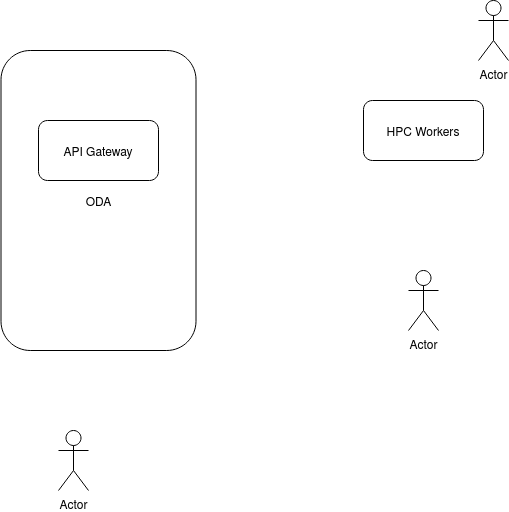
Before: Diagram.png, a diagram exported from draw.io (cdcihub/oda-runners). Source tidied: cells renumbered, new cells last; positions are measured from the earlier drawing's top-left corner, leaving out a move shared by most shapes.
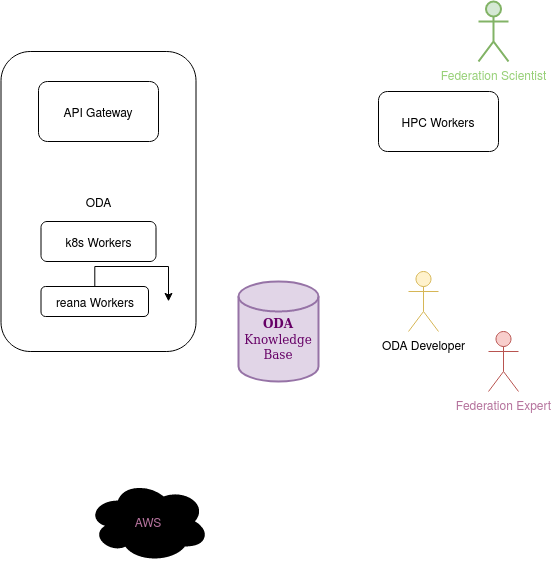
The same diagram one commit later.

Change to the diagram source:
```diff
@@ -6,19 +6,34 @@
       <mxGeometry x="0.5" y="50" width="195" height="300" as="geometry" />
     </mxCell>
     <mxCell id="3" value="API Gateway" style="rounded=1;whiteSpace=wrap;html=1;" parent="1" vertex="1">
-      <mxGeometry x="38" y="120" width="120" height="60" as="geometry" />
+      <mxGeometry x="38" y="80" width="120" height="60" as="geometry" />
     </mxCell>
     <mxCell id="4" value="HPC Workers" style="rounded=1;whiteSpace=wrap;html=1;" parent="1" vertex="1">
-      <mxGeometry x="363" y="100" width="120" height="60" as="geometry" />
+      <mxGeometry x="378" y="90" width="120" height="60" as="geometry" />
     </mxCell>
-    <mxCell id="5" value="Actor" style="shape=umlActor;verticalLabelPosition=bottom;verticalAlign=top;html=1;" parent="1" vertex="1">
+    <mxCell id="5" value="&lt;font color=&quot;#97D077&quot;&gt;Federation Scientist&lt;/font&gt;" style="shape=umlActor;verticalLabelPosition=bottom;verticalAlign=top;html=1;fillColor=#d5e8d4;strokeColor=#82b366;strokeWidth=2;" parent="1" vertex="1">
       <mxGeometry x="478" width="30" height="60" as="geometry" />
     </mxCell>
-    <mxCell id="6" value="Actor" style="shape=umlActor;verticalLabelPosition=bottom;verticalAlign=top;html=1;" parent="1" vertex="1">
+    <mxCell id="6" value="ODA Developer" style="shape=umlActor;verticalLabelPosition=bottom;verticalAlign=top;html=1;shadow=0;sketch=0;fillColor=#fff2cc;strokeColor=#d6b656;" parent="1" vertex="1">
       <mxGeometry x="408" y="270" width="30" height="60" as="geometry" />
     </mxCell>
-    <mxCell id="7" value="Actor" style="shape=umlActor;verticalLabelPosition=bottom;verticalAlign=top;html=1;" parent="1" vertex="1">
-      <mxGeometry x="58" y="430" width="30" height="60" as="geometry" />
+    <mxCell id="7" value="&lt;div&gt;Federation Expert&lt;/div&gt;" style="shape=umlActor;verticalLabelPosition=bottom;verticalAlign=top;html=1;fillColor=#f8cecc;strokeColor=#b85450;fontColor=#B5739D;" parent="1" vertex="1">
+      <mxGeometry x="488" y="330" width="30" height="60" as="geometry" />
     </mxCell>
+    <mxCell id="8" value="k8s Workers" style="rounded=1;whiteSpace=wrap;html=1;" parent="1" vertex="1">
+      <mxGeometry x="40.5" y="220" width="115" height="40" as="geometry" />
+    </mxCell>
+    <mxCell id="9" style="edgeStyle=orthogonalEdgeStyle;rounded=0;jettySize=auto;html=1;entryX=0.859;entryY=0.833;entryDx=0;entryDy=0;entryPerimeter=0;" parent="1" edge="1" source="10" target="2">
+      <mxGeometry relative="1" as="geometry" />
+    </mxCell>
+    <mxCell id="10" value="reana Workers" style="rounded=1;whiteSpace=wrap;html=1;" parent="1" vertex="1">
+      <mxGeometry x="40.5" y="285" width="107.5" height="30" as="geometry" />
+    </mxCell>
+    <mxCell id="11" value="&lt;div&gt;&lt;font face=&quot;Lucida Console&quot; color=&quot;#660066&quot;&gt;&lt;br&gt;&lt;/font&gt;&lt;/div&gt;&lt;div&gt;&lt;b&gt;&lt;font face=&quot;Lucida Console&quot; color=&quot;#660066&quot;&gt;ODA&lt;/font&gt;&lt;/b&gt;&lt;/div&gt;&lt;div&gt;&lt;font face=&quot;Lucida Console&quot; color=&quot;#660066&quot;&gt;Knowledge &lt;br&gt;&lt;/font&gt;&lt;/div&gt;&lt;div&gt;&lt;font face=&quot;Lucida Console&quot; color=&quot;#660066&quot;&gt;Base&lt;br&gt;&lt;/font&gt;&lt;/div&gt;" style="shape=cylinder2;whiteSpace=wrap;html=1;boundedLbl=1;backgroundOutline=1;size=15;shadow=0;sketch=0;strokeColor=#9673a6;strokeWidth=2;fillColor=#e1d5e7;" parent="1" vertex="1">
+      <mxGeometry x="238" y="280" width="80" height="100" as="geometry" />
+    </mxCell>
+    <mxCell id="12" value="AWS" style="ellipse;shape=cloud;whiteSpace=wrap;html=1;shadow=0;sketch=0;strokeColor=#000000;strokeWidth=2;fillColor=#000000;gradientColor=none;fontColor=#B5739D;" parent="1" vertex="1">
+      <mxGeometry x="88" y="480" width="120" height="80" as="geometry" />
+    </mxCell>
   </root>
 </mxGraphModel>
```
